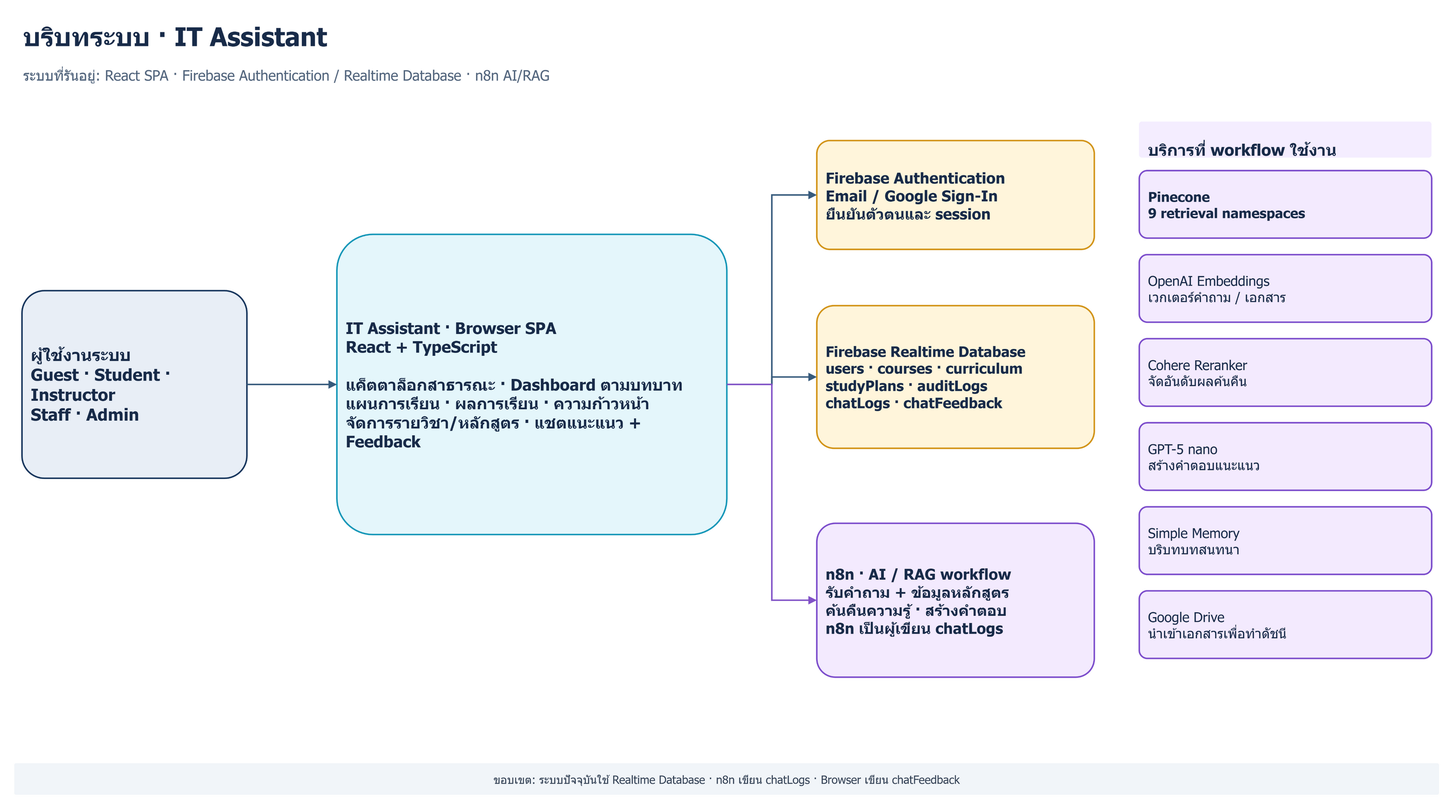
Above: diagrams/diagrams2/context-diagram.drawio.png in kainapatkmutnb/it-course-chatbot-main (draw.io), before the change. Source tidied: cells renumbered, new cells last; positions are measured from the earlier drawing's top-left corner, leaving out a move shared by most shapes.
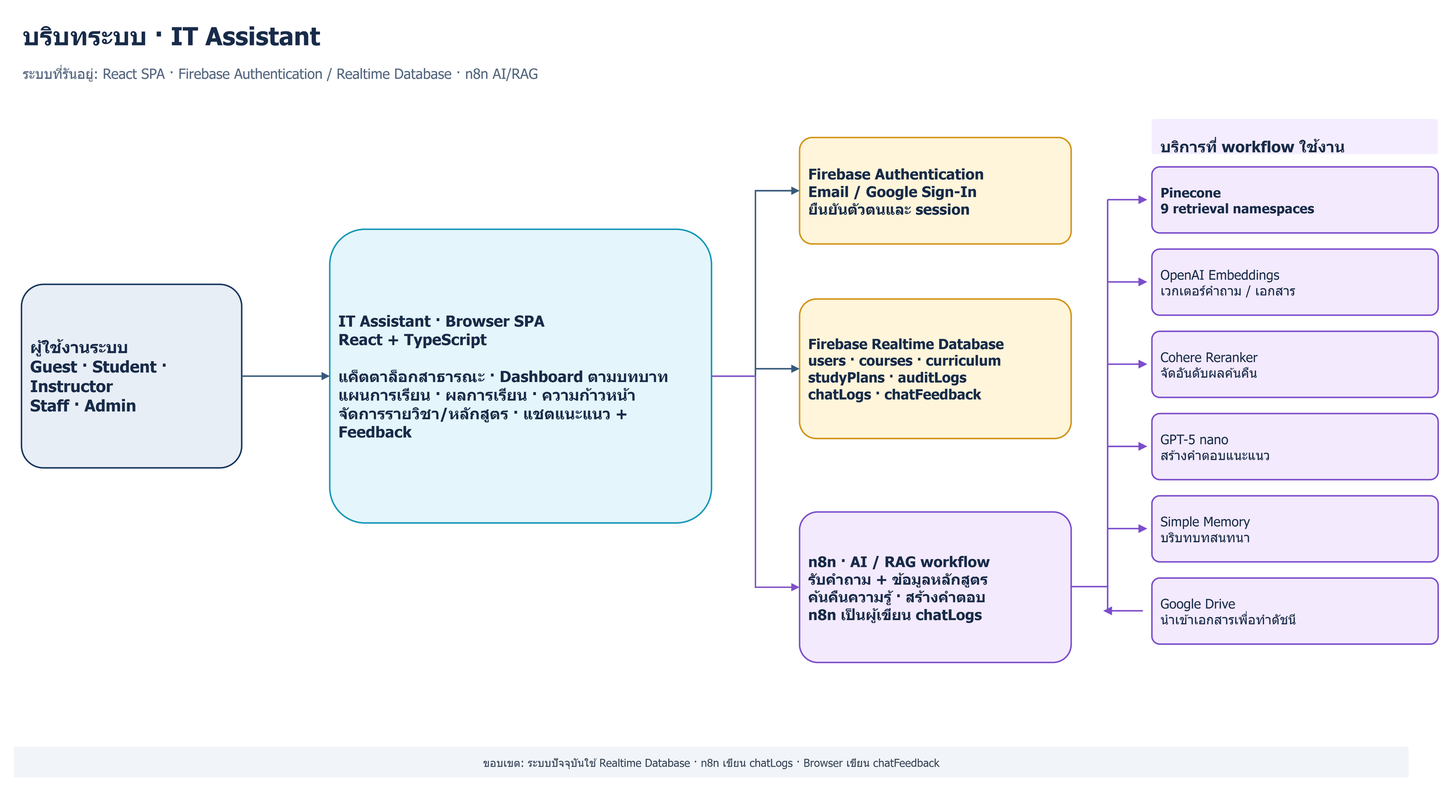
Above is the later version.

The edit, as a diff of the source:
```diff
@@ -24,25 +24,25 @@
       <mxGeometry x="1070" y="678" width="370" height="205" as="geometry" />
     </mxCell>
     <mxCell id="9" value="บริการที่ workflow ใช้งาน" style="rounded=1;arcSize=8;fillColor=#F4EDFF;strokeColor=none;fontSize=21;fontStyle=1;fontColor=#182B49;align=left;verticalAlign=top;spacingTop=8;whiteSpace=wrap;html=1;fontFamily=Tahoma,Arial,sans-serif;spacing=12;" parent="1" vertex="1">
-      <mxGeometry x="1500" y="143" width="390" height="48" as="geometry" />
+      <mxGeometry x="1550" y="143" width="390" height="48" as="geometry" />
     </mxCell>
     <mxCell id="10" value="Pinecone&#10;9 retrieval namespaces" style="rounded=1;arcSize=12;fillColor=#F3EAFE;strokeColor=#7C4DCC;strokeWidth=2;fontSize=18;fontColor=#182B49;align=left;verticalAlign=middle;fontStyle=1;whiteSpace=wrap;html=1;fontFamily=Tahoma,Arial,sans-serif;spacing=12;" parent="1" vertex="1">
-      <mxGeometry x="1500" y="208" width="390" height="90" as="geometry" />
+      <mxGeometry x="1550" y="208" width="390" height="90" as="geometry" />
     </mxCell>
     <mxCell id="11" value="OpenAI Embeddings&#10;เวกเตอร์คำถาม / เอกสาร" style="rounded=1;arcSize=12;fillColor=#F3EAFE;strokeColor=#7C4DCC;strokeWidth=2;fontSize=18;fontColor=#182B49;align=left;verticalAlign=middle;whiteSpace=wrap;html=1;fontFamily=Tahoma,Arial,sans-serif;spacing=12;" parent="1" vertex="1">
-      <mxGeometry x="1500" y="320" width="390" height="90" as="geometry" />
+      <mxGeometry x="1550" y="320" width="390" height="90" as="geometry" />
     </mxCell>
     <mxCell id="12" value="Cohere Reranker&#10;จัดอันดับผลค้นคืน" style="rounded=1;arcSize=12;fillColor=#F3EAFE;strokeColor=#7C4DCC;strokeWidth=2;fontSize=18;fontColor=#182B49;align=left;verticalAlign=middle;whiteSpace=wrap;html=1;fontFamily=Tahoma,Arial,sans-serif;spacing=12;" parent="1" vertex="1">
-      <mxGeometry x="1500" y="432" width="390" height="90" as="geometry" />
+      <mxGeometry x="1550" y="432" width="390" height="90" as="geometry" />
     </mxCell>
     <mxCell id="13" value="GPT-5 nano&#10;สร้างคำตอบแนะแนว" style="rounded=1;arcSize=12;fillColor=#F3EAFE;strokeColor=#7C4DCC;strokeWidth=2;fontSize=18;fontColor=#182B49;align=left;verticalAlign=middle;whiteSpace=wrap;html=1;fontFamily=Tahoma,Arial,sans-serif;spacing=12;" parent="1" vertex="1">
-      <mxGeometry x="1500" y="544" width="390" height="90" as="geometry" />
+      <mxGeometry x="1550" y="544" width="390" height="90" as="geometry" />
     </mxCell>
     <mxCell id="14" value="Simple Memory&#10;บริบทบทสนทนา" style="rounded=1;arcSize=12;fillColor=#F3EAFE;strokeColor=#7C4DCC;strokeWidth=2;fontSize=18;fontColor=#182B49;align=left;verticalAlign=middle;whiteSpace=wrap;html=1;fontFamily=Tahoma,Arial,sans-serif;spacing=12;" parent="1" vertex="1">
-      <mxGeometry x="1500" y="656" width="390" height="90" as="geometry" />
+      <mxGeometry x="1550" y="656" width="390" height="90" as="geometry" />
     </mxCell>
     <mxCell id="15" value="Google Drive&#10;นำเข้าเอกสารเพื่อทำดัชนี" style="rounded=1;arcSize=12;fillColor=#F3EAFE;strokeColor=#7C4DCC;strokeWidth=2;fontSize=18;fontColor=#182B49;align=left;verticalAlign=middle;whiteSpace=wrap;html=1;fontFamily=Tahoma,Arial,sans-serif;spacing=12;" parent="1" vertex="1">
-      <mxGeometry x="1500" y="768" width="390" height="90" as="geometry" />
+      <mxGeometry x="1550" y="768" width="390" height="90" as="geometry" />
     </mxCell>
     <mxCell id="16" style="edgeStyle=orthogonalEdgeStyle;rounded=0;orthogonal=1;jettySize=auto;html=1;strokeColor=#365A7C;strokeWidth=2;endArrow=block;endFill=1;startArrow=none;startFill=1;fontFamily=Tahoma,Arial,sans-serif;fontSize=15;fontColor=#334155;labelBackgroundColor=#FFFFFF;" parent="1" edge="1" source="4" target="5">
       <mxGeometry relative="1" as="geometry" />
@@ -59,5 +59,47 @@
     <mxCell id="20" value="ขอบเขต: ระบบปัจจุบันใช้ Realtime Database  ·  n8n เขียน chatLogs  ·  Browser เขียน chatFeedback" style="rounded=1;arcSize=6;fillColor=#F1F5F9;strokeColor=none;fontSize=15;fontColor=#334155;align=center;verticalAlign=middle;whiteSpace=wrap;html=1;fontFamily=Tahoma,Arial,sans-serif;spacing=12;" parent="1" vertex="1">
       <mxGeometry y="998" width="1900" height="42" as="geometry" />
     </mxCell>
+    <mxCell id="21" style="rounded=0;fillColor=#7C4DCC;strokeColor=none;" parent="1" vertex="1">
+      <mxGeometry x="1440" y="779" width="50" height="2" as="geometry" />
+    </mxCell>
+    <mxCell id="22" style="rounded=0;fillColor=#7C4DCC;strokeColor=none;" parent="1" vertex="1">
+      <mxGeometry x="1489" y="253" width="2" height="560" as="geometry" />
+    </mxCell>
+    <mxCell id="23" style="rounded=0;fillColor=#7C4DCC;strokeColor=none;" parent="1" vertex="1">
+      <mxGeometry x="1490" y="252" width="48" height="2" as="geometry" />
+    </mxCell>
+    <mxCell id="24" style="shape=triangle;direction=east;fillColor=#7C4DCC;strokeColor=none;" parent="1" vertex="1">
+      <mxGeometry x="1532" y="247" width="12" height="12" as="geometry" />
+    </mxCell>
+    <mxCell id="25" style="rounded=0;fillColor=#7C4DCC;strokeColor=none;" parent="1" vertex="1">
+      <mxGeometry x="1490" y="364" width="48" height="2" as="geometry" />
+    </mxCell>
+    <mxCell id="26" style="shape=triangle;direction=east;fillColor=#7C4DCC;strokeColor=none;" parent="1" vertex="1">
+      <mxGeometry x="1532" y="359" width="12" height="12" as="geometry" />
+    </mxCell>
+    <mxCell id="27" style="rounded=0;fillColor=#7C4DCC;strokeColor=none;" parent="1" vertex="1">
+      <mxGeometry x="1490" y="476" width="48" height="2" as="geometry" />
+    </mxCell>
+    <mxCell id="28" style="shape=triangle;direction=east;fillColor=#7C4DCC;strokeColor=none;" parent="1" vertex="1">
+      <mxGeometry x="1532" y="471" width="12" height="12" as="geometry" />
+    </mxCell>
+    <mxCell id="29" style="rounded=0;fillColor=#7C4DCC;strokeColor=none;" parent="1" vertex="1">
+      <mxGeometry x="1490" y="588" width="48" height="2" as="geometry" />
+    </mxCell>
+    <mxCell id="30" style="shape=triangle;direction=east;fillColor=#7C4DCC;strokeColor=none;" parent="1" vertex="1">
+      <mxGeometry x="1532" y="583" width="12" height="12" as="geometry" />
+    </mxCell>
+    <mxCell id="31" style="rounded=0;fillColor=#7C4DCC;strokeColor=none;" parent="1" vertex="1">
+      <mxGeometry x="1490" y="700" width="48" height="2" as="geometry" />
+    </mxCell>
+    <mxCell id="32" style="shape=triangle;direction=east;fillColor=#7C4DCC;strokeColor=none;" parent="1" vertex="1">
+      <mxGeometry x="1532" y="695" width="12" height="12" as="geometry" />
+    </mxCell>
+    <mxCell id="33" style="rounded=0;fillColor=#7C4DCC;strokeColor=none;" parent="1" vertex="1">
+      <mxGeometry x="1490" y="812" width="48" height="2" as="geometry" />
+    </mxCell>
+    <mxCell id="34" style="shape=triangle;direction=west;fillColor=#7C4DCC;strokeColor=none;" parent="1" vertex="1">
+      <mxGeometry x="1484" y="807" width="12" height="12" as="geometry" />
+    </mxCell>
   </root>
 </mxGraphModel>
```
